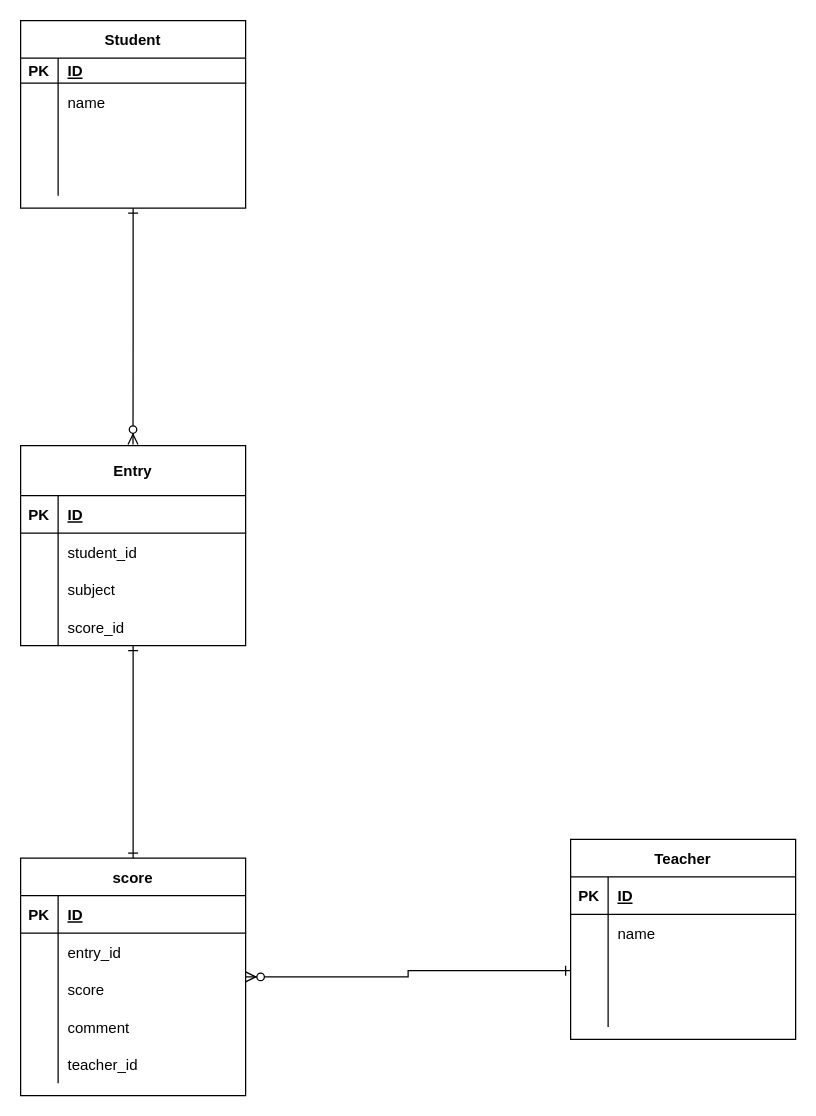
This is 20211010ueyama.drawio from koki800/coachtech10, a draw.io file, before an edit. Source tidied: cells renumbered, new cells numbered last; positions are measured from the earlier drawing's top-left corner, leaving out a move shared by most shapes. Both pictures are drawn from the tidied source at 125%, with x=0, y=0 at pixel (20, 20).
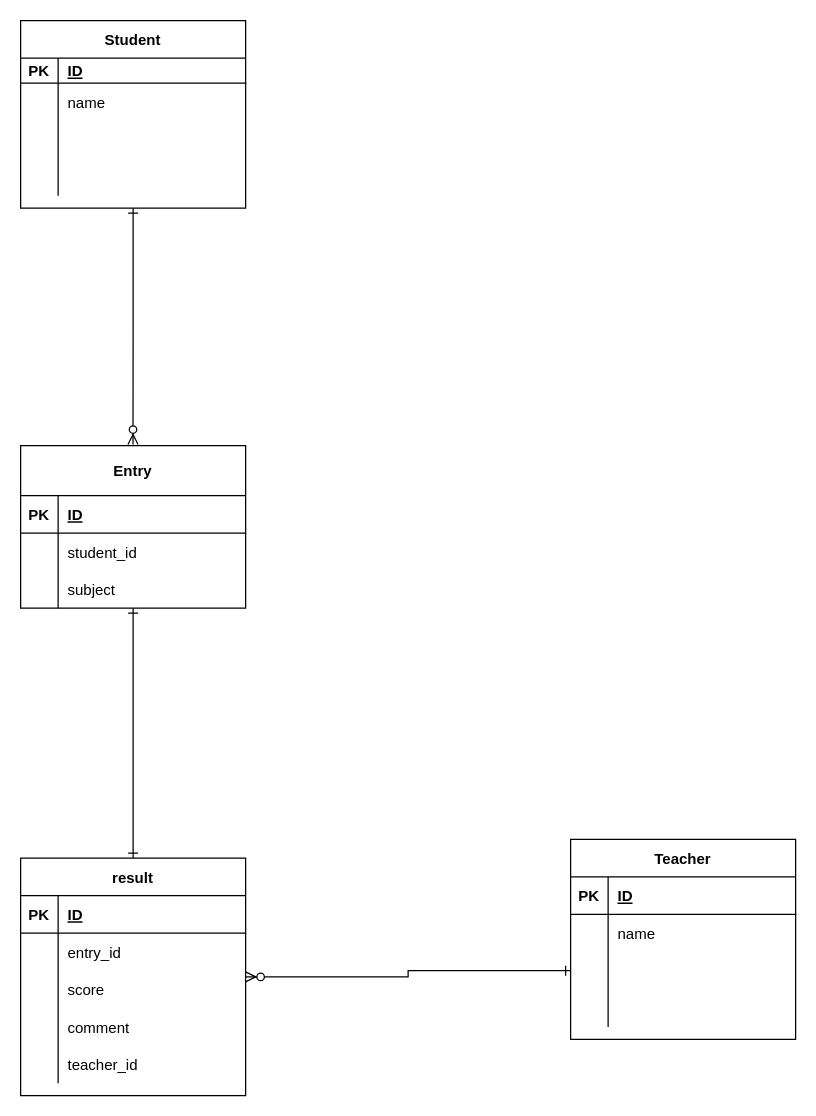
The same page after the edit.

The edit, as a diff of the source:
```diff
@@
     <mxCell id="31" value="Entry" style="shape=table;startSize=40;childLayout=tableLayout;rowLines=0;fontStyle=1;align=center;" parent="1" vertex="1">
-      <mxGeometry y="340" width="180" height="160" as="geometry" />
+      <mxGeometry y="340" width="180" height="130" as="geometry" />
     </mxCell>
@@
-    <mxCell id="41" style="shape=partialRectangle;fillColor=none;top=0;left=0;bottom=0;right=0;" parent="31" vertex="1">
-      <mxGeometry y="130" width="180" height="30" as="geometry" />
-    </mxCell>
-    <mxCell id="42" style="shape=partialRectangle;fillColor=none;top=0;left=0;bottom=0;right=0;overflow=hidden;" parent="41" vertex="1">
-      <mxGeometry width="30" height="30" as="geometry" />
-    </mxCell>
-    <mxCell id="43" value="score_id" style="shape=partialRectangle;fillColor=none;top=0;left=0;bottom=0;right=0;align=left;spacingLeft=6;overflow=hidden;" parent="41" vertex="1">
-      <mxGeometry x="30" width="150" height="30" as="geometry" />
-    </mxCell>
@@
-    <mxCell id="46" value="score" style="shape=table;startSize=30;childLayout=tableLayout;rowLines=0;fontStyle=1;align=center;" parent="1" vertex="1">
+    <mxCell id="46" value="result" style="shape=table;startSize=30;childLayout=tableLayout;rowLines=0;fontStyle=1;align=center;" parent="1" vertex="1">
       <mxGeometry y="670" width="180" height="190" as="geometry" />
     </mxCell>
```
